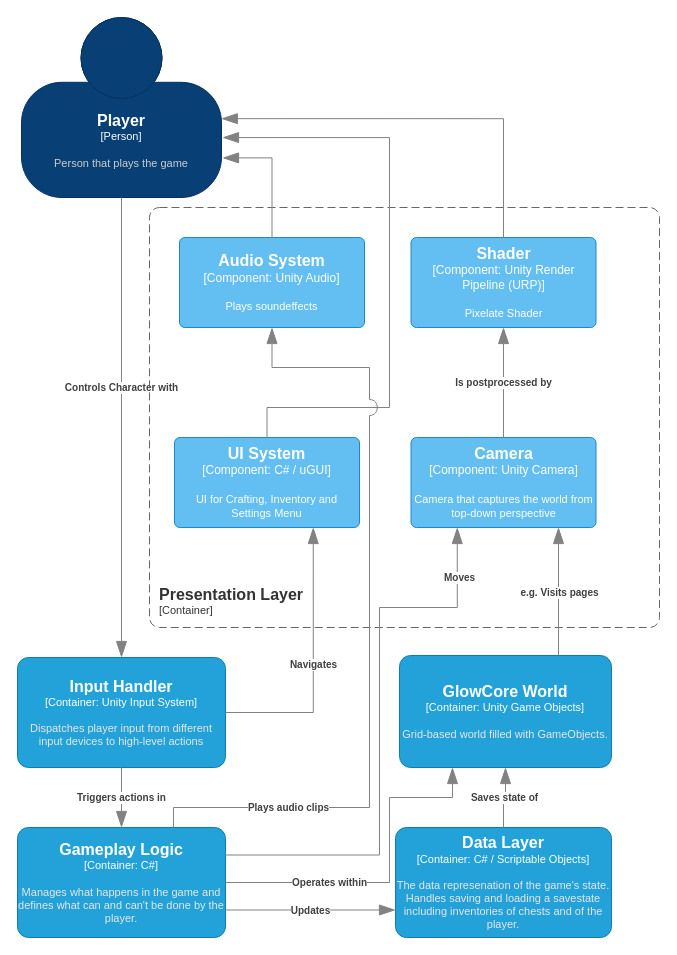
Before: doc/resources/01 Product Documentation/drawio/C4Presentation.drawio in Fexty12573/glowcore, a draw.io diagram. Source tidied: cells renumbered, new cells numbered last; positions are measured from the earlier drawing's top-left corner, leaving out a move shared by most shapes. Both pictures are drawn from the tidied source at 100%, with x=0, y=0 at pixel (17, 17).
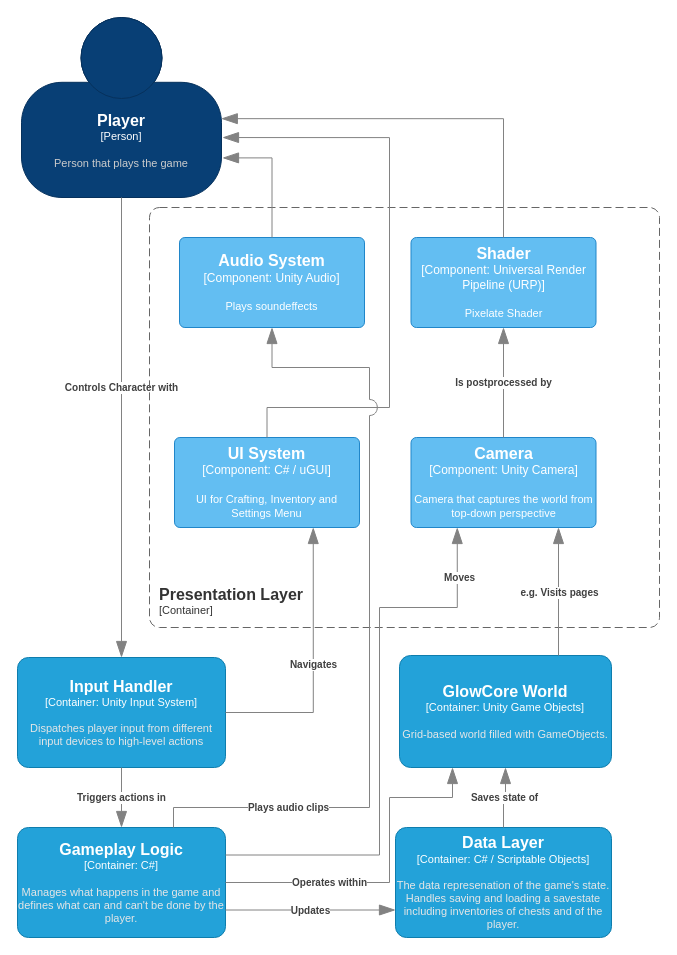
After the change.

Change to the diagram source:
```diff
@@
-    <object id="12" label="&lt;font style=&quot;font-size: 16px&quot;&gt;&lt;b&gt;%c4Name%&lt;/b&gt;&lt;/font&gt;&lt;div&gt;[%c4Type%: %c4Technology%]&lt;/div&gt;&lt;br&gt;&lt;div&gt;&lt;font style=&quot;font-size: 11px&quot;&gt;%c4Description%&lt;/font&gt;&lt;/div&gt;" c4Description="Pixelate Shader" c4Name="Shader" c4Technology="Unity Render Pipeline (URP)" c4Type="Component" placeholders="1">
+    <object id="12" label="&lt;font style=&quot;font-size: 16px&quot;&gt;&lt;b&gt;%c4Name%&lt;/b&gt;&lt;/font&gt;&lt;div&gt;[%c4Type%: %c4Technology%]&lt;/div&gt;&lt;br&gt;&lt;div&gt;&lt;font style=&quot;font-size: 11px&quot;&gt;%c4Description%&lt;/font&gt;&lt;/div&gt;" c4Description="Pixelate Shader" c4Name="Shader" c4Technology="Universal Render Pipeline (URP)" c4Type="Component" placeholders="1">
       <mxCell style="rounded=1;whiteSpace=wrap;html=1;labelBackgroundColor=none;fillColor=#63BEF2;fontColor=#ffffff;align=center;arcSize=6;strokeColor=#2086C9;points=[[0.25,0,0],[0.5,0,0],[0.75,0,0],[1,0.25,0],[1,0.5,0],[1,0.75,0],[0.75,1,0],[0.5,1,0],[0.25,1,0],[0,0.75,0],[0,0.5,0],[0,0.25,0]];" parent="1" vertex="1">
         <mxGeometry x="393.5" y="220" width="185" height="90" as="geometry" />
       </mxCell>
     </object>
```
